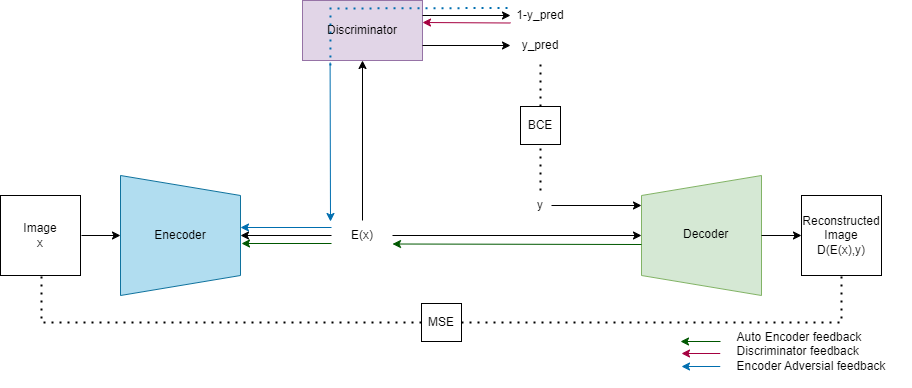
YounesNA25/Fader-Networks--Manipulating-Images-by-Sliding-Attributes keeps this draw.io diagram as Results/architecture.png. Above is the earlier version. Source tidied: cells renumbered, new cells last; positions are measured from the earlier drawing's top-left corner, leaving out a move shared by most shapes.
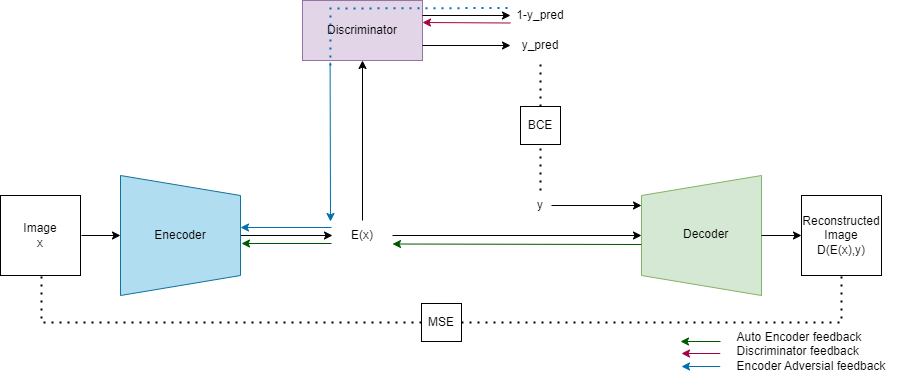
After the commit.

What changed in the source:
```diff
@@ -2,6 +2,9 @@
   <root>
     <mxCell id="0" />
     <mxCell id="1" parent="0" />
+    <mxCell id="37" style="edgeStyle=orthogonalEdgeStyle;rounded=0;jettySize=auto;html=1;exitX=0.5;exitY=0;exitDx=0;exitDy=0;" parent="1" edge="1" source="2" target="12">
+      <mxGeometry relative="1" as="geometry" />
+    </mxCell>
     <mxCell id="2" style="shape=trapezoid;perimeter=trapezoidPerimeter;whiteSpace=wrap;html=1;fixedSize=1;rotation=90;fillColor=#b1ddf0;strokeColor=#10739e;" parent="1" vertex="1">
       <mxGeometry x="120" y="175" width="120" height="120" as="geometry" />
     </mxCell>
@@ -149,11 +152,5 @@
     <mxCell id="35" value="&lt;div style=&quot;text-align: left;&quot;&gt;&lt;span style=&quot;background-color: initial;&quot;&gt;Auto Encoder feedback&lt;/span&gt;&lt;/div&gt;&lt;div style=&quot;text-align: left;&quot;&gt;&lt;span style=&quot;background-color: initial;&quot;&gt;Discriminator feedback&lt;/span&gt;&lt;br&gt;&lt;/div&gt;&lt;div style=&quot;text-align: left;&quot;&gt;&lt;div style=&quot;border-color: var(--border-color);&quot;&gt;Encoder Adversial feedback&lt;/div&gt;&lt;div&gt;&lt;span style=&quot;border-color: var(--border-color); background-color: initial;&quot;&gt;&lt;br&gt;&lt;/span&gt;&lt;/div&gt;&lt;/div&gt;" style="text;html=1;strokeColor=none;fillColor=none;align=center;verticalAlign=middle;whiteSpace=wrap;rounded=0;" parent="1" vertex="1">
       <mxGeometry x="711" y="332" width="200" height="52" as="geometry" />
     </mxCell>
-    <mxCell id="36" style="endArrow=classic;html=1;rounded=0;exitX=0;exitY=0.5;exitDx=0;exitDy=0;" parent="1" edge="1">
-      <mxGeometry relative="1" as="geometry">
-        <mxPoint x="331" y="235" as="sourcePoint" />
-        <mxPoint x="240" y="235" as="targetPoint" />
-      </mxGeometry>
-    </mxCell>
   </root>
 </mxGraphModel>
```
